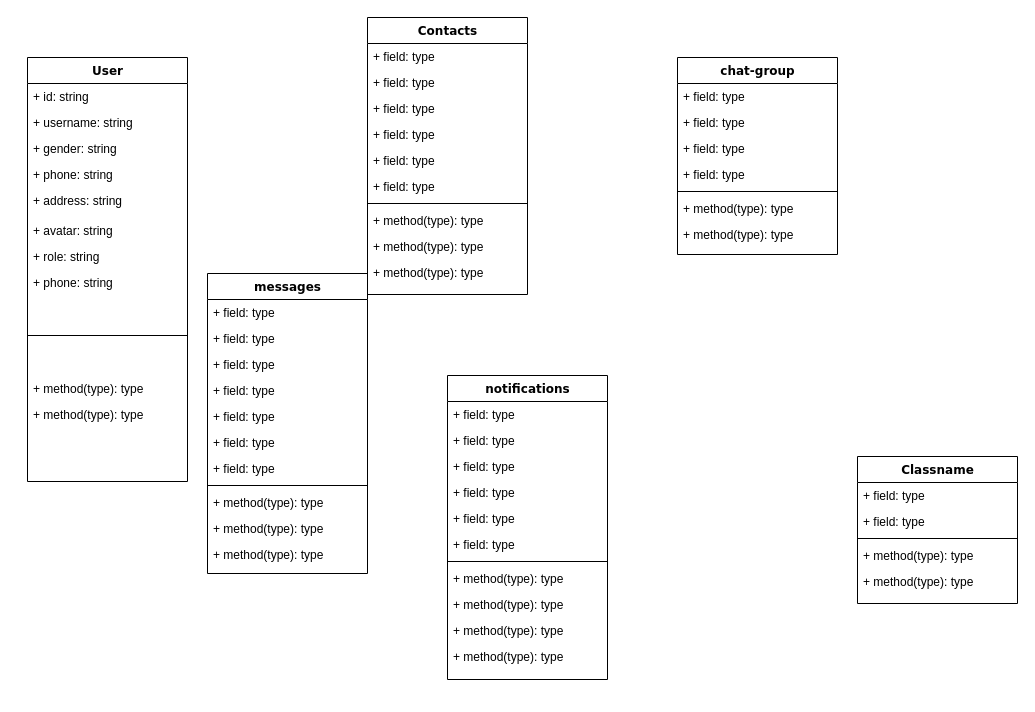
Earlier version of the draw.io diagram Untitled Diagram.drawio (duocnm98/chatting-app). Source tidied: cells renumbered, new cells numbered last; positions are measured from the earlier drawing's top-left corner, leaving out a move shared by most shapes. Both pictures are drawn from the tidied source at 100%, with x=0, y=0 at pixel (27, 17).
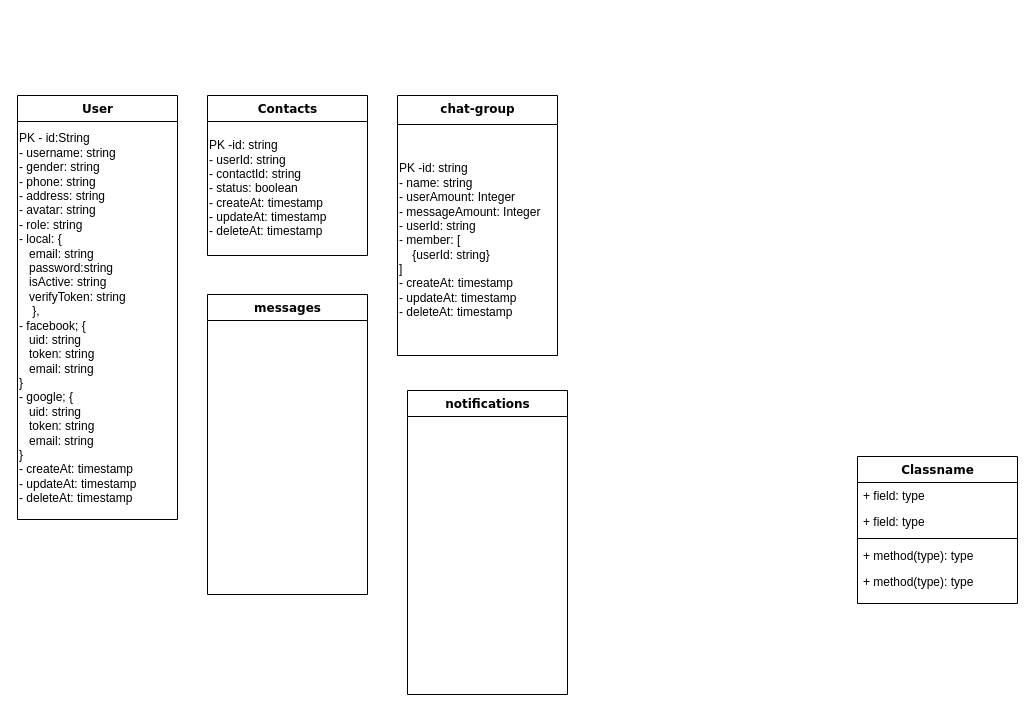
The same page after the edit.

Change to the diagram source:
```diff
@@
     <mxCell id="2" value="User" style="swimlane;html=1;fontStyle=1;align=center;verticalAlign=top;horizontal=1;startSize=26;swimlaneFillColor=#ffffff;rounded=0;shadow=0;comic=0;labelBackgroundColor=none;strokeColor=#000000;strokeWidth=1;fillColor=none;fontFamily=Verdana;fontSize=12;fontColor=#000000;" parent="1" vertex="1">
-      <mxGeometry y="40" width="160" height="424" as="geometry" />
+      <mxGeometry x="-10" y="78" width="160" height="424" as="geometry" />
     </mxCell>
-    <mxCell id="3" value="+ id: string" style="text;html=1;strokeColor=none;fillColor=none;align=left;verticalAlign=top;spacingLeft=4;spacingRight=4;whiteSpace=wrap;overflow=hidden;" parent="2" vertex="1">
-      <mxGeometry y="26" width="160" height="26" as="geometry" />
-    </mxCell>
-    <mxCell id="4" value="+ username: string" style="text;html=1;strokeColor=none;fillColor=none;align=left;verticalAlign=top;spacingLeft=4;spacingRight=4;whiteSpace=wrap;overflow=hidden;" parent="2" vertex="1">
-      <mxGeometry y="52" width="160" height="26" as="geometry" />
-    </mxCell>
-    <mxCell id="5" value="+ gender: string" style="text;html=1;strokeColor=none;fillColor=none;align=left;verticalAlign=top;spacingLeft=4;spacingRight=4;whiteSpace=wrap;overflow=hidden;" parent="2" vertex="1">
-      <mxGeometry y="78" width="160" height="26" as="geometry" />
-    </mxCell>
-    <mxCell id="6" value="+ phone: string" style="text;html=1;strokeColor=none;fillColor=none;align=left;verticalAlign=top;spacingLeft=4;spacingRight=4;whiteSpace=wrap;overflow=hidden;" parent="2" vertex="1">
-      <mxGeometry y="104" width="160" height="26" as="geometry" />
-    </mxCell>
-    <mxCell id="7" value="+ address: string" style="text;html=1;strokeColor=none;fillColor=none;align=left;verticalAlign=top;spacingLeft=4;spacingRight=4;whiteSpace=wrap;overflow=hidden;" parent="2" vertex="1">
-      <mxGeometry y="130" width="160" height="30" as="geometry" />
-    </mxCell>
-    <mxCell id="8" value="+ avatar: string" style="text;html=1;strokeColor=none;fillColor=none;align=left;verticalAlign=top;spacingLeft=4;spacingRight=4;whiteSpace=wrap;overflow=hidden;" parent="2" vertex="1">
-      <mxGeometry y="160" width="160" height="26" as="geometry" />
-    </mxCell>
-    <mxCell id="9" value="+ role: string" style="text;html=1;strokeColor=none;fillColor=none;align=left;verticalAlign=top;spacingLeft=4;spacingRight=4;whiteSpace=wrap;overflow=hidden;" parent="2" vertex="1">
-      <mxGeometry y="186" width="160" height="26" as="geometry" />
-    </mxCell>
-    <mxCell id="10" value="+ phone: string" style="text;html=1;strokeColor=none;fillColor=none;align=left;verticalAlign=top;spacingLeft=4;spacingRight=4;whiteSpace=wrap;overflow=hidden;" parent="2" vertex="1">
-      <mxGeometry y="212" width="160" height="26" as="geometry" />
-    </mxCell>
-    <mxCell id="11" style="line;html=1;strokeWidth=1;fillColor=none;align=left;verticalAlign=middle;spacingTop=-1;spacingLeft=3;spacingRight=3;labelPosition=right;" parent="2" vertex="1">
-      <mxGeometry y="238" width="160" height="80" as="geometry" />
-    </mxCell>
-    <mxCell id="12" value="+ method(type): type" style="text;html=1;strokeColor=none;fillColor=none;align=left;verticalAlign=top;spacingLeft=4;spacingRight=4;whiteSpace=wrap;overflow=hidden;" parent="2" vertex="1">
-      <mxGeometry y="318" width="160" height="26" as="geometry" />
-    </mxCell>
-    <mxCell id="13" value="+ method(type): type" style="text;html=1;strokeColor=none;fillColor=none;align=left;verticalAlign=top;spacingLeft=4;spacingRight=4;whiteSpace=wrap;overflow=hidden;" parent="2" vertex="1">
-      <mxGeometry y="344" width="160" height="80" as="geometry" />
-    </mxCell>
+    <mxCell id="63" value="&lt;div&gt;&lt;span&gt;PK - id:String&lt;/span&gt;&lt;/div&gt;&lt;div&gt;- username: string&lt;/div&gt;&lt;div&gt;- gender: string&lt;/div&gt;&lt;div&gt;- phone: string&lt;/div&gt;&lt;div&gt;- address: string&lt;/div&gt;&lt;div&gt;- avatar: string&lt;/div&gt;&lt;div&gt;- role: string&lt;/div&gt;&lt;div&gt;- local: {&lt;/div&gt;&lt;div&gt;&amp;nbsp; &amp;nbsp;email: string&lt;/div&gt;&lt;div&gt;&amp;nbsp; &amp;nbsp;password:string&lt;/div&gt;&lt;div&gt;&amp;nbsp; &amp;nbsp;isActive: string&lt;/div&gt;&lt;div&gt;&amp;nbsp; &amp;nbsp;verifyToken: string&lt;/div&gt;&lt;div&gt;&amp;nbsp; &amp;nbsp; },&lt;/div&gt;&lt;div&gt;- facebook; {&lt;/div&gt;&lt;div&gt;&amp;nbsp; &amp;nbsp;uid: string&lt;/div&gt;&lt;div&gt;&amp;nbsp; &amp;nbsp;token: string&lt;/div&gt;&lt;div&gt;&amp;nbsp; &amp;nbsp;email: string&lt;/div&gt;&lt;div&gt;}&lt;/div&gt;&lt;div&gt;&lt;div&gt;- google; {&lt;/div&gt;&lt;div&gt;&amp;nbsp; &amp;nbsp;uid: string&lt;/div&gt;&lt;div&gt;&amp;nbsp; &amp;nbsp;token: string&lt;/div&gt;&lt;div&gt;&amp;nbsp; &amp;nbsp;email: string&lt;/div&gt;&lt;div&gt;}&lt;/div&gt;&lt;/div&gt;&lt;div&gt;- createAt: timestamp&lt;/div&gt;&lt;div&gt;- updateAt: timestamp&lt;/div&gt;&lt;div&gt;- deleteAt: timestamp&lt;/div&gt;" style="text;html=1;strokeColor=none;fillColor=none;align=left;verticalAlign=middle;whiteSpace=wrap;rounded=0;" parent="2" vertex="1">
+      <mxGeometry y="26" width="160" height="394" as="geometry" />
+    </mxCell>
     <mxCell id="14" value="Contacts" style="swimlane;html=1;fontStyle=1;align=center;verticalAlign=top;horizontal=1;startSize=26;swimlaneFillColor=#ffffff;rounded=0;shadow=0;comic=0;labelBackgroundColor=none;strokeColor=#000000;strokeWidth=1;fillColor=none;fontFamily=Verdana;fontSize=12;fontColor=#000000;" parent="1" vertex="1">
-      <mxGeometry x="340" width="160" height="277" as="geometry" />
+      <mxGeometry x="180" y="78" width="160" height="160" as="geometry" />
     </mxCell>
-    <mxCell id="15" value="+ field: type" style="text;html=1;strokeColor=none;fillColor=none;align=left;verticalAlign=top;spacingLeft=4;spacingRight=4;whiteSpace=wrap;overflow=hidden;" parent="14" vertex="1">
-      <mxGeometry y="26" width="160" height="26" as="geometry" />
-    </mxCell>
-    <mxCell id="16" value="+ field: type" style="text;html=1;strokeColor=none;fillColor=none;align=left;verticalAlign=top;spacingLeft=4;spacingRight=4;whiteSpace=wrap;overflow=hidden;" parent="14" vertex="1">
-      <mxGeometry y="52" width="160" height="26" as="geometry" />
-    </mxCell>
-    <mxCell id="17" value="+ field: type" style="text;html=1;strokeColor=none;fillColor=none;align=left;verticalAlign=top;spacingLeft=4;spacingRight=4;whiteSpace=wrap;overflow=hidden;" parent="14" vertex="1">
-      <mxGeometry y="78" width="160" height="26" as="geometry" />
-    </mxCell>
-    <mxCell id="18" value="+ field: type" style="text;html=1;strokeColor=none;fillColor=none;align=left;verticalAlign=top;spacingLeft=4;spacingRight=4;whiteSpace=wrap;overflow=hidden;" parent="14" vertex="1">
-      <mxGeometry y="104" width="160" height="26" as="geometry" />
-    </mxCell>
-    <mxCell id="19" value="+ field: type" style="text;html=1;strokeColor=none;fillColor=none;align=left;verticalAlign=top;spacingLeft=4;spacingRight=4;whiteSpace=wrap;overflow=hidden;" parent="14" vertex="1">
-      <mxGeometry y="130" width="160" height="26" as="geometry" />
-    </mxCell>
-    <mxCell id="20" value="+ field: type" style="text;html=1;strokeColor=none;fillColor=none;align=left;verticalAlign=top;spacingLeft=4;spacingRight=4;whiteSpace=wrap;overflow=hidden;" parent="14" vertex="1">
-      <mxGeometry y="156" width="160" height="26" as="geometry" />
-    </mxCell>
-    <mxCell id="21" style="line;html=1;strokeWidth=1;fillColor=none;align=left;verticalAlign=middle;spacingTop=-1;spacingLeft=3;spacingRight=3;labelPosition=right;" parent="14" vertex="1">
-      <mxGeometry y="182" width="160" height="8" as="geometry" />
-    </mxCell>
-    <mxCell id="22" value="+ method(type): type" style="text;html=1;strokeColor=none;fillColor=none;align=left;verticalAlign=top;spacingLeft=4;spacingRight=4;whiteSpace=wrap;overflow=hidden;" parent="14" vertex="1">
-      <mxGeometry y="190" width="160" height="26" as="geometry" />
-    </mxCell>
-    <mxCell id="23" value="+ method(type): type" style="text;html=1;strokeColor=none;fillColor=none;align=left;verticalAlign=top;spacingLeft=4;spacingRight=4;whiteSpace=wrap;overflow=hidden;" parent="14" vertex="1">
-      <mxGeometry y="216" width="160" height="26" as="geometry" />
-    </mxCell>
-    <mxCell id="24" value="+ method(type): type" style="text;html=1;strokeColor=none;fillColor=none;align=left;verticalAlign=top;spacingLeft=4;spacingRight=4;whiteSpace=wrap;overflow=hidden;" parent="14" vertex="1">
-      <mxGeometry y="242" width="160" height="26" as="geometry" />
-    </mxCell>
+    <mxCell id="64" value="PK -id: string&lt;br&gt;- userId: string&lt;br&gt;- contactId: string&lt;br&gt;- status: boolean&lt;br&gt;&lt;div&gt;- createAt: timestamp&lt;/div&gt;&lt;div&gt;- updateAt: timestamp&lt;/div&gt;&lt;div&gt;- deleteAt: timestamp&lt;/div&gt;" style="text;html=1;strokeColor=none;fillColor=none;align=left;verticalAlign=middle;whiteSpace=wrap;rounded=0;" parent="14" vertex="1">
+      <mxGeometry y="26" width="160" height="134" as="geometry" />
+    </mxCell>
-    <mxCell id="25" value="chat-group" style="swimlane;html=1;fontStyle=1;align=center;verticalAlign=top;horizontal=1;startSize=26;swimlaneFillColor=#ffffff;rounded=0;shadow=0;comic=0;labelBackgroundColor=none;strokeColor=#000000;strokeWidth=1;fillColor=none;fontFamily=Verdana;fontSize=12;fontColor=#000000;" parent="1" vertex="1">
-      <mxGeometry x="650" y="40" width="160" height="197" as="geometry" />
+    <mxCell id="25" value="chat-group" style="swimlane;html=1;fontStyle=1;align=center;verticalAlign=top;horizontal=1;startSize=29;swimlaneFillColor=#ffffff;rounded=0;shadow=0;comic=0;labelBackgroundColor=none;strokeColor=#000000;strokeWidth=1;fillColor=none;fontFamily=Verdana;fontSize=12;fontColor=#000000;" parent="1" vertex="1">
+      <mxGeometry x="370" y="78" width="160" height="260" as="geometry" />
     </mxCell>
-    <mxCell id="26" value="+ field: type" style="text;html=1;strokeColor=none;fillColor=none;align=left;verticalAlign=top;spacingLeft=4;spacingRight=4;whiteSpace=wrap;overflow=hidden;" parent="25" vertex="1">
-      <mxGeometry y="26" width="160" height="26" as="geometry" />
-    </mxCell>
-    <mxCell id="27" value="+ field: type" style="text;html=1;strokeColor=none;fillColor=none;align=left;verticalAlign=top;spacingLeft=4;spacingRight=4;whiteSpace=wrap;overflow=hidden;" parent="25" vertex="1">
-      <mxGeometry y="52" width="160" height="26" as="geometry" />
-    </mxCell>
-    <mxCell id="28" value="+ field: type" style="text;html=1;strokeColor=none;fillColor=none;align=left;verticalAlign=top;spacingLeft=4;spacingRight=4;whiteSpace=wrap;overflow=hidden;" parent="25" vertex="1">
-      <mxGeometry y="78" width="160" height="26" as="geometry" />
-    </mxCell>
-    <mxCell id="29" value="+ field: type" style="text;html=1;strokeColor=none;fillColor=none;align=left;verticalAlign=top;spacingLeft=4;spacingRight=4;whiteSpace=wrap;overflow=hidden;" parent="25" vertex="1">
-      <mxGeometry y="104" width="160" height="26" as="geometry" />
-    </mxCell>
-    <mxCell id="30" style="line;html=1;strokeWidth=1;fillColor=none;align=left;verticalAlign=middle;spacingTop=-1;spacingLeft=3;spacingRight=3;labelPosition=right;" parent="25" vertex="1">
-      <mxGeometry y="130" width="160" height="8" as="geometry" />
-    </mxCell>
-    <mxCell id="31" value="+ method(type): type" style="text;html=1;strokeColor=none;fillColor=none;align=left;verticalAlign=top;spacingLeft=4;spacingRight=4;whiteSpace=wrap;overflow=hidden;" parent="25" vertex="1">
-      <mxGeometry y="138" width="160" height="26" as="geometry" />
-    </mxCell>
-    <mxCell id="32" value="+ method(type): type" style="text;html=1;strokeColor=none;fillColor=none;align=left;verticalAlign=top;spacingLeft=4;spacingRight=4;whiteSpace=wrap;overflow=hidden;" parent="25" vertex="1">
-      <mxGeometry y="164" width="160" height="26" as="geometry" />
-    </mxCell>
+    <mxCell id="65" value="PK -id: string&lt;br&gt;- name: string&lt;br&gt;- userAmount: Integer&lt;br&gt;- messageAmount: Integer&lt;br&gt;- userId: string&lt;br&gt;- member: [&lt;br&gt;&amp;nbsp; &amp;nbsp; {userId: string}&lt;br&gt;]&lt;br&gt;&lt;span&gt;- createAt: timestamp&lt;/span&gt;&lt;div&gt;- updateAt: timestamp&lt;/div&gt;&lt;div&gt;- deleteAt: timestamp&lt;/div&gt;" style="text;html=1;strokeColor=none;fillColor=none;align=left;verticalAlign=middle;whiteSpace=wrap;rounded=0;" parent="25" vertex="1">
+      <mxGeometry y="29" width="160" height="231" as="geometry" />
+    </mxCell>
     <mxCell id="33" value="messages" style="swimlane;html=1;fontStyle=1;align=center;verticalAlign=top;horizontal=1;startSize=26;swimlaneFillColor=#ffffff;rounded=0;shadow=0;comic=0;labelBackgroundColor=none;strokeColor=#000000;strokeWidth=1;fillColor=none;fontFamily=Verdana;fontSize=12;fontColor=#000000;" parent="1" vertex="1">
-      <mxGeometry x="180" y="256" width="160" height="300" as="geometry" />
+      <mxGeometry x="180" y="277" width="160" height="300" as="geometry" />
     </mxCell>
-    <mxCell id="34" value="+ field: type" style="text;html=1;strokeColor=none;fillColor=none;align=left;verticalAlign=top;spacingLeft=4;spacingRight=4;whiteSpace=wrap;overflow=hidden;" parent="33" vertex="1">
-      <mxGeometry y="26" width="160" height="26" as="geometry" />
-    </mxCell>
-    <mxCell id="35" value="+ field: type" style="text;html=1;strokeColor=none;fillColor=none;align=left;verticalAlign=top;spacingLeft=4;spacingRight=4;whiteSpace=wrap;overflow=hidden;" parent="33" vertex="1">
-      <mxGeometry y="52" width="160" height="26" as="geometry" />
-    </mxCell>
-    <mxCell id="36" value="+ field: type" style="text;html=1;strokeColor=none;fillColor=none;align=left;verticalAlign=top;spacingLeft=4;spacingRight=4;whiteSpace=wrap;overflow=hidden;" parent="33" vertex="1">
-      <mxGeometry y="78" width="160" height="26" as="geometry" />
-    </mxCell>
-    <mxCell id="37" value="+ field: type" style="text;html=1;strokeColor=none;fillColor=none;align=left;verticalAlign=top;spacingLeft=4;spacingRight=4;whiteSpace=wrap;overflow=hidden;" parent="33" vertex="1">
-      <mxGeometry y="104" width="160" height="26" as="geometry" />
-    </mxCell>
-    <mxCell id="38" value="+ field: type" style="text;html=1;strokeColor=none;fillColor=none;align=left;verticalAlign=top;spacingLeft=4;spacingRight=4;whiteSpace=wrap;overflow=hidden;" parent="33" vertex="1">
-      <mxGeometry y="130" width="160" height="26" as="geometry" />
-    </mxCell>
-    <mxCell id="39" value="+ field: type" style="text;html=1;strokeColor=none;fillColor=none;align=left;verticalAlign=top;spacingLeft=4;spacingRight=4;whiteSpace=wrap;overflow=hidden;" parent="33" vertex="1">
-      <mxGeometry y="156" width="160" height="26" as="geometry" />
-    </mxCell>
-    <mxCell id="40" value="+ field: type" style="text;html=1;strokeColor=none;fillColor=none;align=left;verticalAlign=top;spacingLeft=4;spacingRight=4;whiteSpace=wrap;overflow=hidden;" parent="33" vertex="1">
-      <mxGeometry y="182" width="160" height="26" as="geometry" />
-    </mxCell>
-    <mxCell id="41" style="line;html=1;strokeWidth=1;fillColor=none;align=left;verticalAlign=middle;spacingTop=-1;spacingLeft=3;spacingRight=3;labelPosition=right;" parent="33" vertex="1">
-      <mxGeometry y="208" width="160" height="8" as="geometry" />
-    </mxCell>
-    <mxCell id="42" value="+ method(type): type" style="text;html=1;strokeColor=none;fillColor=none;align=left;verticalAlign=top;spacingLeft=4;spacingRight=4;whiteSpace=wrap;overflow=hidden;" parent="33" vertex="1">
-      <mxGeometry y="216" width="160" height="26" as="geometry" />
-    </mxCell>
-    <mxCell id="43" value="+ method(type): type" style="text;html=1;strokeColor=none;fillColor=none;align=left;verticalAlign=top;spacingLeft=4;spacingRight=4;whiteSpace=wrap;overflow=hidden;" parent="33" vertex="1">
-      <mxGeometry y="242" width="160" height="26" as="geometry" />
-    </mxCell>
-    <mxCell id="44" value="+ method(type): type" style="text;html=1;strokeColor=none;fillColor=none;align=left;verticalAlign=top;spacingLeft=4;spacingRight=4;whiteSpace=wrap;overflow=hidden;" parent="33" vertex="1">
-      <mxGeometry y="268" width="160" height="26" as="geometry" />
-    </mxCell>
     <mxCell id="45" value="notifications" style="swimlane;html=1;fontStyle=1;align=center;verticalAlign=top;horizontal=1;startSize=26;swimlaneFillColor=#ffffff;rounded=0;shadow=0;comic=0;labelBackgroundColor=none;strokeColor=#000000;strokeWidth=1;fillColor=none;fontFamily=Verdana;fontSize=12;fontColor=#000000;" parent="1" vertex="1">
-      <mxGeometry x="420" y="358" width="160" height="304" as="geometry" />
+      <mxGeometry x="380" y="373" width="160" height="304" as="geometry" />
     </mxCell>
-    <mxCell id="46" value="+ field: type" style="text;html=1;strokeColor=none;fillColor=none;align=left;verticalAlign=top;spacingLeft=4;spacingRight=4;whiteSpace=wrap;overflow=hidden;" parent="45" vertex="1">
-      <mxGeometry y="26" width="160" height="26" as="geometry" />
-    </mxCell>
-    <mxCell id="47" value="+ field: type" style="text;html=1;strokeColor=none;fillColor=none;align=left;verticalAlign=top;spacingLeft=4;spacingRight=4;whiteSpace=wrap;overflow=hidden;" parent="45" vertex="1">
-      <mxGeometry y="52" width="160" height="26" as="geometry" />
-    </mxCell>
-    <mxCell id="48" value="+ field: type" style="text;html=1;strokeColor=none;fillColor=none;align=left;verticalAlign=top;spacingLeft=4;spacingRight=4;whiteSpace=wrap;overflow=hidden;" parent="45" vertex="1">
-      <mxGeometry y="78" width="160" height="26" as="geometry" />
-    </mxCell>
-    <mxCell id="49" value="+ field: type" style="text;html=1;strokeColor=none;fillColor=none;align=left;verticalAlign=top;spacingLeft=4;spacingRight=4;whiteSpace=wrap;overflow=hidden;" parent="45" vertex="1">
-      <mxGeometry y="104" width="160" height="26" as="geometry" />
-    </mxCell>
-    <mxCell id="50" value="+ field: type" style="text;html=1;strokeColor=none;fillColor=none;align=left;verticalAlign=top;spacingLeft=4;spacingRight=4;whiteSpace=wrap;overflow=hidden;" parent="45" vertex="1">
-      <mxGeometry y="130" width="160" height="26" as="geometry" />
-    </mxCell>
-    <mxCell id="51" value="+ field: type" style="text;html=1;strokeColor=none;fillColor=none;align=left;verticalAlign=top;spacingLeft=4;spacingRight=4;whiteSpace=wrap;overflow=hidden;" parent="45" vertex="1">
-      <mxGeometry y="156" width="160" height="26" as="geometry" />
-    </mxCell>
-    <mxCell id="52" style="line;html=1;strokeWidth=1;fillColor=none;align=left;verticalAlign=middle;spacingTop=-1;spacingLeft=3;spacingRight=3;labelPosition=right;" parent="45" vertex="1">
-      <mxGeometry y="182" width="160" height="8" as="geometry" />
-    </mxCell>
-    <mxCell id="53" value="+ method(type): type" style="text;html=1;strokeColor=none;fillColor=none;align=left;verticalAlign=top;spacingLeft=4;spacingRight=4;whiteSpace=wrap;overflow=hidden;" parent="45" vertex="1">
-      <mxGeometry y="190" width="160" height="26" as="geometry" />
-    </mxCell>
-    <mxCell id="54" value="+ method(type): type" style="text;html=1;strokeColor=none;fillColor=none;align=left;verticalAlign=top;spacingLeft=4;spacingRight=4;whiteSpace=wrap;overflow=hidden;" parent="45" vertex="1">
-      <mxGeometry y="216" width="160" height="26" as="geometry" />
-    </mxCell>
-    <mxCell id="55" value="+ method(type): type" style="text;html=1;strokeColor=none;fillColor=none;align=left;verticalAlign=top;spacingLeft=4;spacingRight=4;whiteSpace=wrap;overflow=hidden;" parent="45" vertex="1">
-      <mxGeometry y="242" width="160" height="26" as="geometry" />
-    </mxCell>
-    <mxCell id="56" value="+ method(type): type" style="text;html=1;strokeColor=none;fillColor=none;align=left;verticalAlign=top;spacingLeft=4;spacingRight=4;whiteSpace=wrap;overflow=hidden;" parent="45" vertex="1">
-      <mxGeometry y="268" width="160" height="26" as="geometry" />
-    </mxCell>
```
